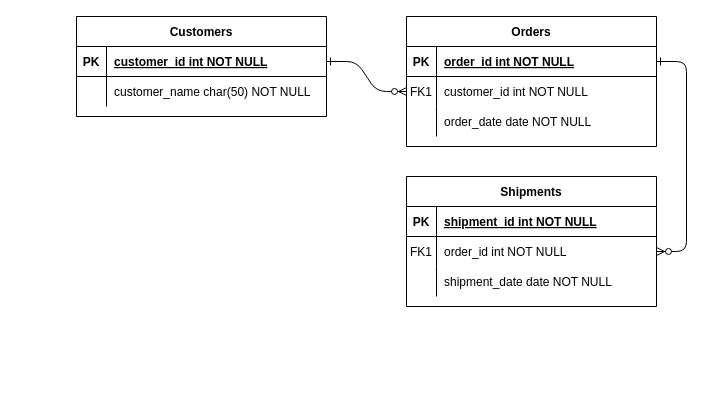
This is Diagrama sem nome.drawio from beatriz-paiva/regular-api, a draw.io file, before an edit. Source tidied: cells renumbered, new cells numbered last; positions are measured from the earlier drawing's top-left corner, leaving out a move shared by most shapes. Both pictures are drawn from the tidied source at 100%, with x=0, y=0 at pixel (76, 16).
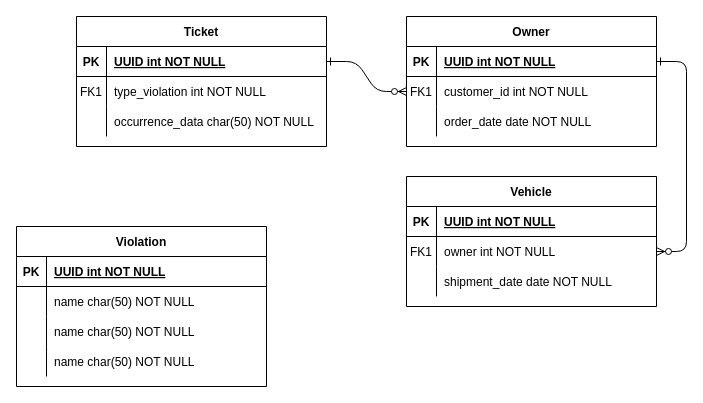
The same page after the edit.

Unchanged cells that the change refers to:
```xml
<mxCell id="5" style="shape=partialRectangle;fillColor=none;points=[[0,0.5],[1,0.5]];portConstraint=eastwest;top=0;left=0;right=0;bottom=1;" parent="4" vertex="1">
  <mxGeometry y="30" width="250" height="30" as="geometry" />
</mxCell>
<mxCell id="15" style="shape=partialRectangle;fillColor=none;top=0;left=0;right=0;bottom=1;" parent="14" vertex="1">
  <mxGeometry y="30" width="250" height="30" as="geometry" />
</mxCell>
<mxCell id="18" style="shape=partialRectangle;fillColor=none;points=[[0,0.5],[1,0.5]];portConstraint=eastwest;top=0;left=0;right=0;bottom=0;" parent="14" vertex="1">
  <mxGeometry y="60" width="250" height="30" as="geometry" />
</mxCell>
<mxCell id="25" style="shape=partialRectangle;fillColor=none;points=[[0,0.5],[1,0.5]];portConstraint=eastwest;top=0;left=0;right=0;bottom=1;" parent="24" vertex="1">
  <mxGeometry y="30" width="250" height="30" as="geometry" />
</mxCell>
<mxCell id="28" style="shape=partialRectangle;fillColor=none;top=0;left=0;right=0;bottom=0;" parent="24" vertex="1">
  <mxGeometry y="60" width="250" height="30" as="geometry" />
</mxCell>
```

The edit, as a diff of the source:
```diff
@@
-    <mxCell id="4" value="Orders" style="shape=table;startSize=30;childLayout=tableLayout;rowLines=0;fontStyle=1;align=center;" parent="1" vertex="1">
+    <mxCell id="4" value="Owner" style="shape=table;startSize=30;childLayout=tableLayout;rowLines=0;fontStyle=1;align=center;" parent="1" vertex="1">
       <mxGeometry x="330" width="250" height="130" as="geometry" />
     </mxCell>
@@
-    <mxCell id="7" value="order_id int NOT NULL " style="shape=partialRectangle;overflow=hidden;fillColor=none;top=0;left=0;bottom=0;right=0;align=left;spacingLeft=6;fontStyle=5;" parent="5" vertex="1">
+    <mxCell id="7" value="UUID int NOT NULL " style="shape=partialRectangle;overflow=hidden;fillColor=none;top=0;left=0;bottom=0;right=0;align=left;spacingLeft=6;fontStyle=5;" parent="5" vertex="1">
       <mxGeometry x="30" width="220" height="30" as="geometry" />
     </mxCell>
@@
-    <mxCell id="14" value="Shipments" style="shape=table;startSize=30;childLayout=tableLayout;rowLines=0;fontStyle=1;align=center;" parent="1" vertex="1">
+    <mxCell id="14" value="Vehicle" style="shape=table;startSize=30;childLayout=tableLayout;rowLines=0;fontStyle=1;align=center;" parent="1" vertex="1">
       <mxGeometry x="330" y="160" width="250" height="130" as="geometry" />
     </mxCell>
@@
-    <mxCell id="17" value="shipment_id int NOT NULL " style="shape=partialRectangle;overflow=hidden;fillColor=none;top=0;left=0;bottom=0;right=0;align=left;spacingLeft=6;fontStyle=5;" parent="15" vertex="1">
+    <mxCell id="17" value="UUID int NOT NULL " style="shape=partialRectangle;overflow=hidden;fillColor=none;top=0;left=0;bottom=0;right=0;align=left;spacingLeft=6;fontStyle=5;" parent="15" vertex="1">
       <mxGeometry x="30" width="220" height="30" as="geometry" />
     </mxCell>
@@
-    <mxCell id="20" value="order_id int NOT NULL" style="shape=partialRectangle;overflow=hidden;fillColor=none;top=0;left=0;bottom=0;right=0;align=left;spacingLeft=6;" parent="18" vertex="1">
+    <mxCell id="20" value="owner int NOT NULL" style="shape=partialRectangle;overflow=hidden;fillColor=none;top=0;left=0;bottom=0;right=0;align=left;spacingLeft=6;" parent="18" vertex="1">
       <mxGeometry x="30" width="220" height="30" as="geometry" />
     </mxCell>
@@
-    <mxCell id="24" value="Customers" style="shape=table;startSize=30;childLayout=tableLayout;rowLines=0;fontStyle=1;align=center;" parent="1" vertex="1">
-      <mxGeometry width="250" height="100" as="geometry" />
+    <mxCell id="24" value="Ticket" style="shape=table;startSize=30;childLayout=tableLayout;rowLines=0;fontStyle=1;align=center;" parent="1" vertex="1">
+      <mxGeometry width="250" height="130" as="geometry" />
     </mxCell>
@@
-    <mxCell id="27" value="customer_id int NOT NULL " style="shape=partialRectangle;overflow=hidden;fillColor=none;top=0;left=0;bottom=0;right=0;align=left;spacingLeft=6;fontStyle=5;" parent="25" vertex="1">
+    <mxCell id="27" value="UUID int NOT NULL " style="shape=partialRectangle;overflow=hidden;fillColor=none;top=0;left=0;bottom=0;right=0;align=left;spacingLeft=6;fontStyle=5;" parent="25" vertex="1">
       <mxGeometry x="30" width="220" height="30" as="geometry" />
     </mxCell>
@@
-    <mxCell id="29" style="shape=partialRectangle;overflow=hidden;fillColor=none;top=0;left=0;bottom=0;right=0;" parent="28" vertex="1">
+    <mxCell id="29" value="FK1" style="shape=partialRectangle;overflow=hidden;fillColor=none;top=0;left=0;bottom=0;right=0;" parent="28" vertex="1">
       <mxGeometry width="30" height="30" as="geometry" />
     </mxCell>
-    <mxCell id="30" value="customer_name char(50) NOT NULL" style="shape=partialRectangle;overflow=hidden;fillColor=none;top=0;left=0;bottom=0;right=0;align=left;spacingLeft=6;" parent="28" vertex="1">
+    <mxCell id="30" value="type_violation int NOT NULL" style="shape=partialRectangle;overflow=hidden;fillColor=none;top=0;left=0;bottom=0;right=0;align=left;spacingLeft=6;" parent="28" vertex="1">
       <mxGeometry x="30" width="220" height="30" as="geometry" />
     </mxCell>
+    <mxCell id="31" style="shape=partialRectangle;fillColor=none;top=0;left=0;right=0;bottom=0;" parent="24" vertex="1">
+      <mxGeometry y="90" width="250" height="30" as="geometry" />
+    </mxCell>
+    <mxCell id="32" style="shape=partialRectangle;overflow=hidden;fillColor=none;top=0;left=0;bottom=0;right=0;" parent="31" vertex="1">
+      <mxGeometry width="30" height="30" as="geometry" />
+    </mxCell>
+    <mxCell id="33" value="occurrence_data char(50) NOT NULL" style="shape=partialRectangle;overflow=hidden;fillColor=none;top=0;left=0;bottom=0;right=0;align=left;spacingLeft=6;" parent="31" vertex="1">
+      <mxGeometry x="30" width="220" height="30" as="geometry" />
+    </mxCell>
+    <mxCell id="34" value="Violation" style="shape=table;startSize=30;childLayout=tableLayout;rowLines=0;fontStyle=1;align=center;" parent="1" vertex="1">
+      <mxGeometry x="-60" y="210" width="250" height="160" as="geometry" />
+    </mxCell>
+    <mxCell id="35" style="shape=partialRectangle;fillColor=none;top=0;left=0;right=0;bottom=1;" parent="34" vertex="1">
+      <mxGeometry y="30" width="250" height="30" as="geometry" />
+    </mxCell>
+    <mxCell id="36" value="PK" style="shape=partialRectangle;overflow=hidden;fillColor=none;top=0;left=0;bottom=0;right=0;fontStyle=1;" parent="35" vertex="1">
+      <mxGeometry width="30" height="30" as="geometry" />
+    </mxCell>
+    <mxCell id="37" value="UUID int NOT NULL " style="shape=partialRectangle;overflow=hidden;fillColor=none;top=0;left=0;bottom=0;right=0;align=left;spacingLeft=6;fontStyle=5;" parent="35" vertex="1">
+      <mxGeometry x="30" width="220" height="30" as="geometry" />
+    </mxCell>
+    <mxCell id="38" style="shape=partialRectangle;fillColor=none;top=0;left=0;right=0;bottom=0;" parent="34" vertex="1">
+      <mxGeometry y="60" width="250" height="30" as="geometry" />
+    </mxCell>
+    <mxCell id="39" style="shape=partialRectangle;overflow=hidden;fillColor=none;top=0;left=0;bottom=0;right=0;" parent="38" vertex="1">
+      <mxGeometry width="30" height="30" as="geometry" />
+    </mxCell>
+    <mxCell id="40" value="name char(50) NOT NULL" style="shape=partialRectangle;overflow=hidden;fillColor=none;top=0;left=0;bottom=0;right=0;align=left;spacingLeft=6;" parent="38" vertex="1">
+      <mxGeometry x="30" width="220" height="30" as="geometry" />
+    </mxCell>
+    <mxCell id="41" style="shape=partialRectangle;fillColor=none;top=0;left=0;right=0;bottom=0;" parent="34" vertex="1">
+      <mxGeometry y="90" width="250" height="30" as="geometry" />
+    </mxCell>
+    <mxCell id="42" style="shape=partialRectangle;overflow=hidden;fillColor=none;top=0;left=0;bottom=0;right=0;" parent="41" vertex="1">
+      <mxGeometry width="30" height="30" as="geometry" />
+    </mxCell>
+    <mxCell id="43" value="name char(50) NOT NULL" style="shape=partialRectangle;overflow=hidden;fillColor=none;top=0;left=0;bottom=0;right=0;align=left;spacingLeft=6;" parent="41" vertex="1">
+      <mxGeometry x="30" width="220" height="30" as="geometry" />
+    </mxCell>
+    <mxCell id="44" style="shape=partialRectangle;fillColor=none;top=0;left=0;right=0;bottom=0;" parent="34" vertex="1">
+      <mxGeometry y="120" width="250" height="30" as="geometry" />
+    </mxCell>
+    <mxCell id="45" style="shape=partialRectangle;overflow=hidden;fillColor=none;top=0;left=0;bottom=0;right=0;" parent="44" vertex="1">
+      <mxGeometry width="30" height="30" as="geometry" />
+    </mxCell>
+    <mxCell id="46" value="name char(50) NOT NULL" style="shape=partialRectangle;overflow=hidden;fillColor=none;top=0;left=0;bottom=0;right=0;align=left;spacingLeft=6;" parent="44" vertex="1">
+      <mxGeometry x="30" width="220" height="30" as="geometry" />
+    </mxCell>
```
